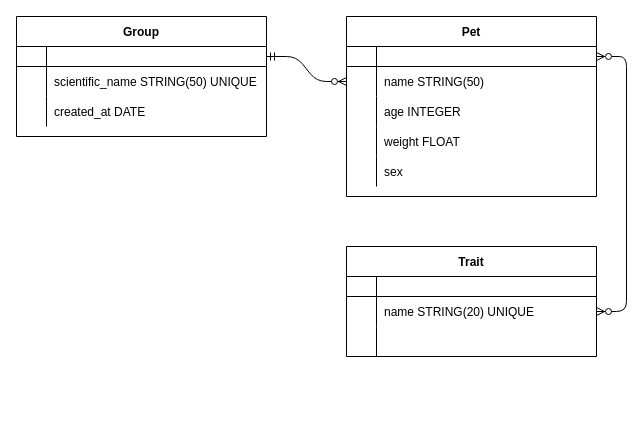
Earlier version of the draw.io diagram Diagrama sem nome.drawio (raiannalimacode/diagrams). Source tidied: cells renumbered, new cells numbered last; positions are measured from the earlier drawing's top-left corner, leaving out a move shared by most shapes. Both pictures are drawn from the tidied source at 100%, with x=0, y=0 at pixel (16, 16).
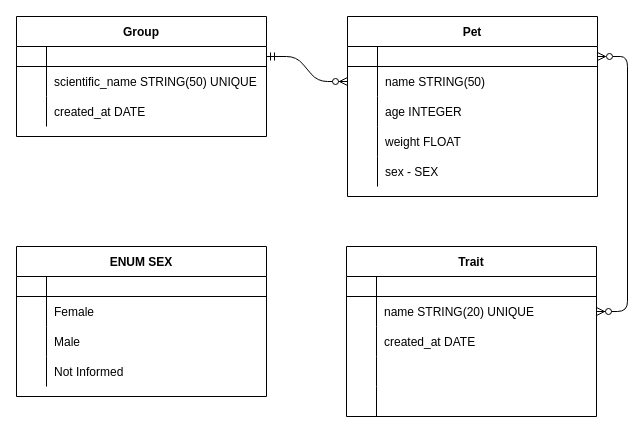
The same page after the edit.

The change refers to these unchanged cells:
```xml
<mxCell id="17" style="shape=partialRectangle;fillColor=none;top=0;left=0;right=0;bottom=0;" parent="4" vertex="1">
  <mxGeometry y="140" width="250" height="30" as="geometry" />
</mxCell>
<mxCell id="27" style="shape=partialRectangle;fillColor=none;top=0;left=0;right=0;bottom=0;" parent="20" vertex="1">
  <mxGeometry y="80" width="250" height="30" as="geometry" />
</mxCell>
```

Change to the diagram source:
```diff
@@
     <mxCell id="4" value="Pet" style="shape=table;startSize=30;childLayout=tableLayout;rowLines=0;fontStyle=1;align=center;" parent="1" vertex="1">
-      <mxGeometry x="330" width="250" height="180" as="geometry" />
+      <mxGeometry x="331" width="250" height="180" as="geometry" />
     </mxCell>
@@
-    <mxCell id="19" value="sex" style="shape=partialRectangle;overflow=hidden;fillColor=none;top=0;left=0;bottom=0;right=0;align=left;spacingLeft=6;" parent="17" vertex="1">
+    <mxCell id="19" value="sex - SEX" style="shape=partialRectangle;overflow=hidden;fillColor=none;top=0;left=0;bottom=0;right=0;align=left;spacingLeft=6;" parent="17" vertex="1">
       <mxGeometry x="30" width="220" height="30" as="geometry" />
     </mxCell>
     <mxCell id="20" value="Trait" style="shape=table;startSize=30;childLayout=tableLayout;rowLines=0;fontStyle=1;align=center;" parent="1" vertex="1">
-      <mxGeometry x="330" y="230" width="250" height="110" as="geometry" />
+      <mxGeometry x="330" y="230" width="250" height="170" as="geometry" />
     </mxCell>
@@
-    <mxCell id="29" style="shape=partialRectangle;overflow=hidden;fillColor=none;top=0;left=0;bottom=0;right=0;align=left;spacingLeft=6;" parent="27" vertex="1">
+    <mxCell id="29" value="created_at DATE" style="shape=partialRectangle;overflow=hidden;fillColor=none;top=0;left=0;bottom=0;right=0;align=left;spacingLeft=6;" parent="27" vertex="1">
       <mxGeometry x="30" width="220" height="30" as="geometry" />
     </mxCell>
+    <mxCell id="40" style="shape=partialRectangle;fillColor=none;top=0;left=0;right=0;bottom=0;" parent="20" vertex="1">
+      <mxGeometry y="110" width="250" height="30" as="geometry" />
+    </mxCell>
+    <mxCell id="41" style="shape=partialRectangle;overflow=hidden;fillColor=none;top=0;left=0;bottom=0;right=0;" parent="40" vertex="1">
+      <mxGeometry width="30" height="30" as="geometry" />
+    </mxCell>
+    <mxCell id="42" style="shape=partialRectangle;overflow=hidden;fillColor=none;top=0;left=0;bottom=0;right=0;align=left;spacingLeft=6;" parent="40" vertex="1">
+      <mxGeometry x="30" width="220" height="30" as="geometry" />
+    </mxCell>
+    <mxCell id="43" style="shape=partialRectangle;fillColor=none;top=0;left=0;right=0;bottom=0;" parent="20" vertex="1">
+      <mxGeometry y="140" width="250" height="30" as="geometry" />
+    </mxCell>
+    <mxCell id="44" style="shape=partialRectangle;overflow=hidden;fillColor=none;top=0;left=0;bottom=0;right=0;" parent="43" vertex="1">
+      <mxGeometry width="30" height="30" as="geometry" />
+    </mxCell>
+    <mxCell id="45" style="shape=partialRectangle;overflow=hidden;fillColor=none;top=0;left=0;bottom=0;right=0;align=left;spacingLeft=6;" parent="43" vertex="1">
+      <mxGeometry x="30" width="220" height="30" as="geometry" />
+    </mxCell>
@@
+    <mxCell id="46" value="ENUM SEX" style="shape=table;startSize=30;childLayout=tableLayout;rowLines=0;fontStyle=1;align=center;" parent="1" vertex="1">
+      <mxGeometry y="230" width="250" height="150" as="geometry" />
+    </mxCell>
+    <mxCell id="47" style="shape=partialRectangle;fillColor=none;top=0;left=0;right=0;bottom=1;" parent="46" vertex="1">
+      <mxGeometry y="30" width="250" height="20" as="geometry" />
+    </mxCell>
+    <mxCell id="48" style="shape=partialRectangle;overflow=hidden;fillColor=none;top=0;left=0;bottom=0;right=0;fontStyle=1;" parent="47" vertex="1">
+      <mxGeometry width="30" height="20" as="geometry" />
+    </mxCell>
+    <mxCell id="49" style="shape=partialRectangle;overflow=hidden;fillColor=none;top=0;left=0;bottom=0;right=0;align=left;spacingLeft=6;fontStyle=5;" parent="47" vertex="1">
+      <mxGeometry x="30" width="220" height="20" as="geometry" />
+    </mxCell>
+    <mxCell id="50" style="shape=partialRectangle;fillColor=none;top=0;left=0;right=0;bottom=0;" parent="46" vertex="1">
+      <mxGeometry y="50" width="250" height="30" as="geometry" />
+    </mxCell>
+    <mxCell id="51" style="shape=partialRectangle;overflow=hidden;fillColor=none;top=0;left=0;bottom=0;right=0;" parent="50" vertex="1">
+      <mxGeometry width="30" height="30" as="geometry" />
+    </mxCell>
+    <mxCell id="52" value="Female" style="shape=partialRectangle;overflow=hidden;fillColor=none;top=0;left=0;bottom=0;right=0;align=left;spacingLeft=6;" parent="50" vertex="1">
+      <mxGeometry x="30" width="220" height="30" as="geometry" />
+    </mxCell>
+    <mxCell id="53" style="shape=partialRectangle;fillColor=none;top=0;left=0;right=0;bottom=0;" parent="46" vertex="1">
+      <mxGeometry y="80" width="250" height="30" as="geometry" />
+    </mxCell>
+    <mxCell id="54" style="shape=partialRectangle;overflow=hidden;fillColor=none;top=0;left=0;bottom=0;right=0;" parent="53" vertex="1">
+      <mxGeometry width="30" height="30" as="geometry" />
+    </mxCell>
+    <mxCell id="55" value="Male" style="shape=partialRectangle;overflow=hidden;fillColor=none;top=0;left=0;bottom=0;right=0;align=left;spacingLeft=6;" parent="53" vertex="1">
+      <mxGeometry x="30" width="220" height="30" as="geometry" />
+    </mxCell>
+    <mxCell id="56" style="shape=partialRectangle;fillColor=none;top=0;left=0;right=0;bottom=0;" parent="46" vertex="1">
+      <mxGeometry y="110" width="250" height="30" as="geometry" />
+    </mxCell>
+    <mxCell id="57" style="shape=partialRectangle;overflow=hidden;fillColor=none;top=0;left=0;bottom=0;right=0;" parent="56" vertex="1">
+      <mxGeometry width="30" height="30" as="geometry" />
+    </mxCell>
+    <mxCell id="58" value="Not Informed" style="shape=partialRectangle;overflow=hidden;fillColor=none;top=0;left=0;bottom=0;right=0;align=left;spacingLeft=6;" parent="56" vertex="1">
+      <mxGeometry x="30" width="220" height="30" as="geometry" />
+    </mxCell>
```
